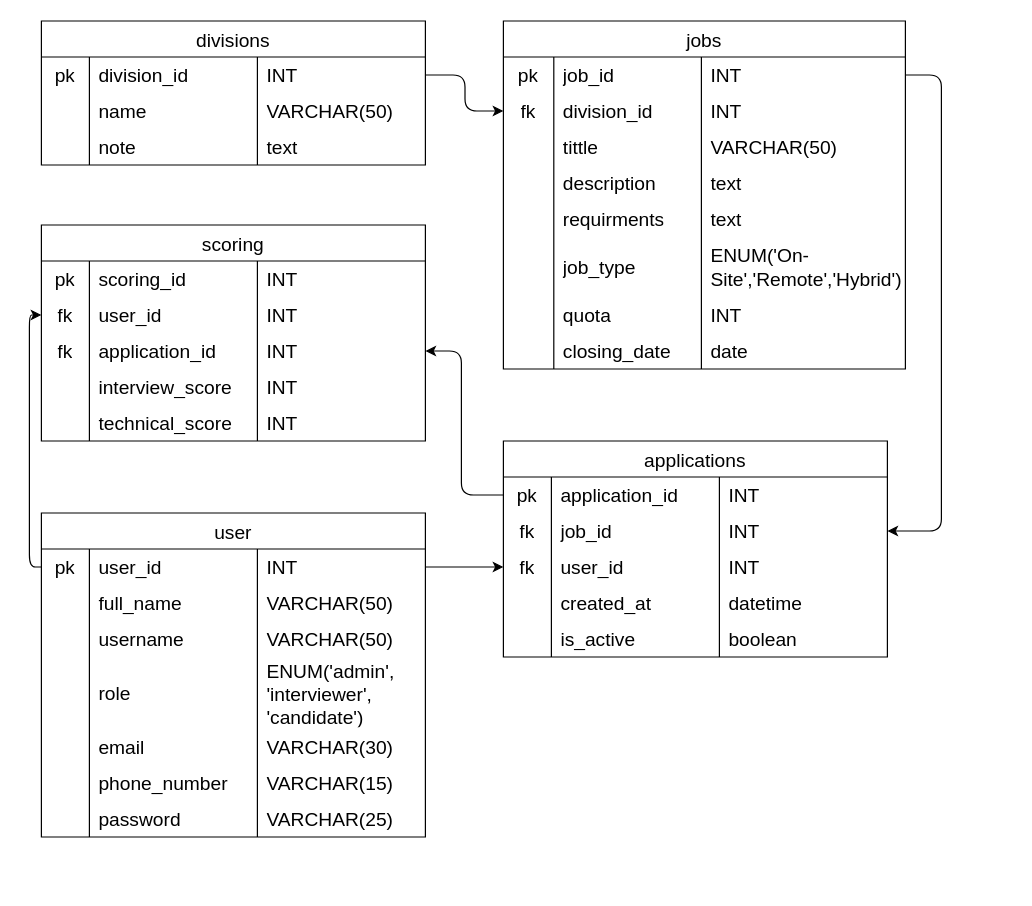
Earlier version of the draw.io diagram ERD.drawio (xcyltra/Group-3_Final-Exam_AP). Source tidied: cells renumbered, new cells numbered last; positions are measured from the earlier drawing's top-left corner, leaving out a move shared by most shapes. Both pictures are drawn from the tidied source at 120%, with x=0, y=0 at pixel (41, 20).
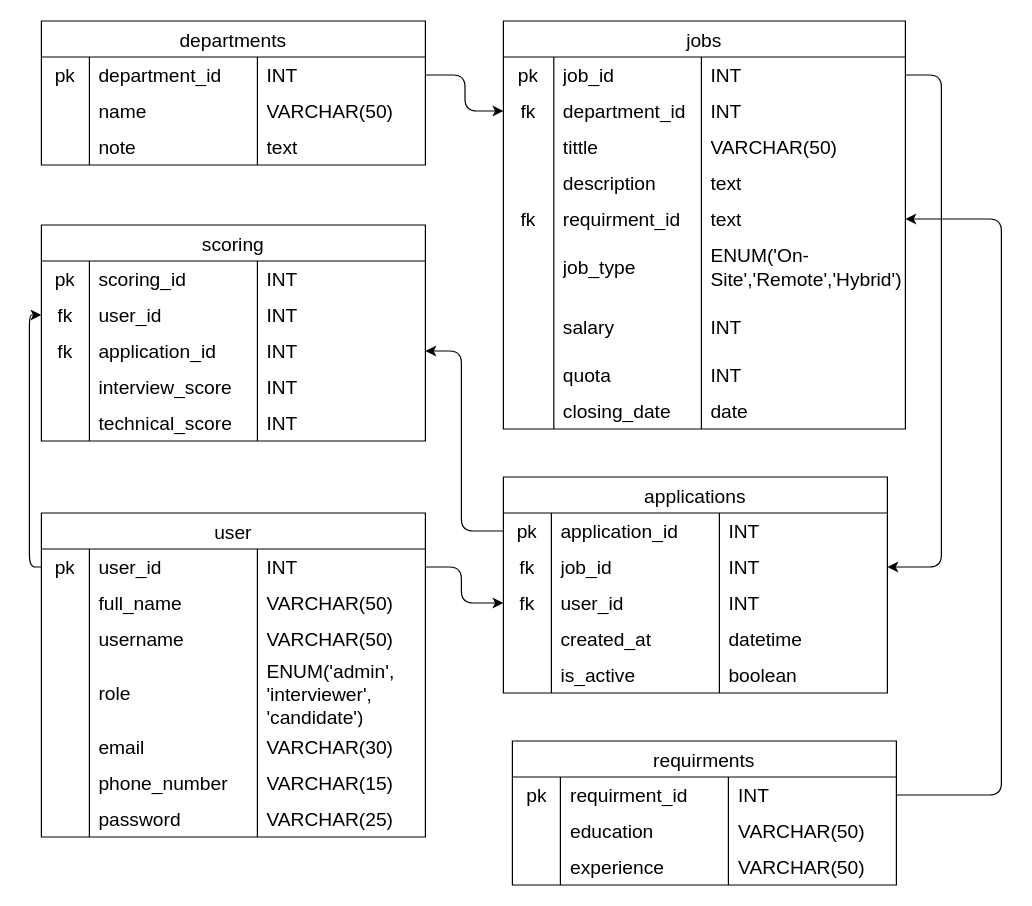
After the change.

Unchanged cells that the change refers to:
```xml
<mxCell id="3" style="shape=tableRow;horizontal=0;startSize=0;swimlaneHead=0;swimlaneBody=0;top=0;left=0;bottom=0;right=0;fillColor=none;points=[[0,0.5],[1,0.5]];portConstraint=eastwest;strokeColor=inherit;fontSize=16;" parent="2" vertex="1">
  <mxGeometry y="30" width="320" height="30" as="geometry" />
</mxCell>
<mxCell id="20" style="shape=tableRow;horizontal=0;startSize=0;swimlaneHead=0;swimlaneBody=0;top=0;left=0;bottom=0;right=0;fillColor=none;points=[[0,0.5],[1,0.5]];portConstraint=eastwest;strokeColor=inherit;fontSize=16;" parent="15" vertex="1">
  <mxGeometry y="60" width="335" height="30" as="geometry" />
</mxCell>
<mxCell id="32" style="shape=tableRow;horizontal=0;startSize=0;swimlaneHead=0;swimlaneBody=0;top=0;left=0;bottom=0;right=0;fillColor=none;points=[[0,0.5],[1,0.5]];portConstraint=eastwest;strokeColor=inherit;fontSize=16;" parent="15" vertex="1">
  <mxGeometry y="150" width="335" height="30" as="geometry" />
</mxCell>
```

What changed in the source:
```diff
@@
-    <mxCell id="2" value="divisions" style="shape=table;startSize=30;childLayout=tableLayout;rowLines=0;fontStyle=0;strokeColor=default;fontSize=16;" parent="1" vertex="1">
+    <mxCell id="2" value="departments" style="shape=table;startSize=30;childLayout=tableLayout;rowLines=0;fontStyle=0;strokeColor=default;fontSize=16;" parent="1" vertex="1">
       <mxGeometry width="320" height="120" as="geometry" />
     </mxCell>
@@
-    <mxCell id="5" value="division_id" style="shape=partialRectangle;html=1;whiteSpace=wrap;fillColor=none;top=0;left=0;bottom=0;right=0;align=left;spacingLeft=6;overflow=hidden;strokeColor=inherit;fontSize=16;" parent="3" vertex="1">
+    <mxCell id="5" value="department_id" style="shape=partialRectangle;html=1;whiteSpace=wrap;fillColor=none;top=0;left=0;bottom=0;right=0;align=left;spacingLeft=6;overflow=hidden;strokeColor=inherit;fontSize=16;" parent="3" vertex="1">
       <mxGeometry x="40" width="140" height="30" as="geometry" />
     </mxCell>
@@
     <mxCell id="15" value="jobs" style="shape=table;startSize=30;childLayout=tableLayout;rowLines=0;fontStyle=0;strokeColor=default;fontSize=16;" parent="1" vertex="1">
-      <mxGeometry x="385" width="335" height="290" as="geometry" />
+      <mxGeometry x="385" width="335" height="340" as="geometry" />
     </mxCell>
@@
-    <mxCell id="22" value="division_id" style="shape=partialRectangle;html=1;whiteSpace=wrap;fillColor=none;top=0;left=0;bottom=0;right=0;align=left;spacingLeft=6;overflow=hidden;strokeColor=inherit;fontSize=16;" parent="20" vertex="1">
+    <mxCell id="22" value="department_id" style="shape=partialRectangle;html=1;whiteSpace=wrap;fillColor=none;top=0;left=0;bottom=0;right=0;align=left;spacingLeft=6;overflow=hidden;strokeColor=inherit;fontSize=16;" parent="20" vertex="1">
       <mxGeometry x="42" width="123" height="30" as="geometry" />
     </mxCell>
@@
-    <mxCell id="33" style="shape=partialRectangle;html=1;whiteSpace=wrap;fillColor=none;top=0;left=0;bottom=0;right=0;overflow=hidden;strokeColor=inherit;fontSize=16;" parent="32" vertex="1">
+    <mxCell id="33" value="fk" style="shape=partialRectangle;html=1;whiteSpace=wrap;fillColor=none;top=0;left=0;bottom=0;right=0;overflow=hidden;strokeColor=inherit;fontSize=16;" parent="32" vertex="1">
       <mxGeometry width="42" height="30" as="geometry" />
     </mxCell>
-    <mxCell id="34" value="requirments" style="shape=partialRectangle;html=1;whiteSpace=wrap;fillColor=none;top=0;left=0;bottom=0;right=0;align=left;spacingLeft=6;overflow=hidden;strokeColor=inherit;fontSize=16;" parent="32" vertex="1">
+    <mxCell id="34" value="requirment_id" style="shape=partialRectangle;html=1;whiteSpace=wrap;fillColor=none;top=0;left=0;bottom=0;right=0;align=left;spacingLeft=6;overflow=hidden;strokeColor=inherit;fontSize=16;" parent="32" vertex="1">
       <mxGeometry x="42" width="123" height="30" as="geometry" />
     </mxCell>
@@
+    <mxCell id="124" style="shape=tableRow;horizontal=0;startSize=0;swimlaneHead=0;swimlaneBody=0;top=0;left=0;bottom=0;right=0;fillColor=none;strokeColor=inherit;fontSize=16;" parent="15" vertex="1">
+      <mxGeometry y="230" width="335" height="50" as="geometry" />
+    </mxCell>
+    <mxCell id="125" style="shape=partialRectangle;html=1;whiteSpace=wrap;fillColor=none;top=0;left=0;bottom=0;right=0;overflow=hidden;strokeColor=inherit;fontSize=16;" parent="124" vertex="1">
+      <mxGeometry width="42" height="50" as="geometry" />
+    </mxCell>
+    <mxCell id="126" value="salary" style="shape=partialRectangle;html=1;whiteSpace=wrap;fillColor=none;top=0;left=0;bottom=0;right=0;align=left;spacingLeft=6;overflow=hidden;strokeColor=inherit;fontSize=16;" parent="124" vertex="1">
+      <mxGeometry x="42" width="123" height="50" as="geometry" />
+    </mxCell>
+    <mxCell id="127" value="INT" style="shape=partialRectangle;html=1;whiteSpace=wrap;fillColor=none;top=0;left=0;bottom=0;right=0;align=left;spacingLeft=6;overflow=hidden;strokeColor=inherit;fontSize=16;" parent="124" vertex="1">
+      <mxGeometry x="165" width="170" height="50" as="geometry" />
+    </mxCell>
     <mxCell id="40" style="shape=tableRow;horizontal=0;startSize=0;swimlaneHead=0;swimlaneBody=0;top=0;left=0;bottom=0;right=0;fillColor=none;strokeColor=inherit;fontSize=16;" parent="15" vertex="1">
-      <mxGeometry y="230" width="335" height="30" as="geometry" />
+      <mxGeometry y="280" width="335" height="30" as="geometry" />
     </mxCell>
@@
     <mxCell id="44" style="shape=tableRow;horizontal=0;startSize=0;swimlaneHead=0;swimlaneBody=0;top=0;left=0;bottom=0;right=0;fillColor=none;strokeColor=inherit;fontSize=16;" parent="15" vertex="1">
-      <mxGeometry y="260" width="335" height="30" as="geometry" />
+      <mxGeometry y="310" width="335" height="30" as="geometry" />
     </mxCell>
@@
     <mxCell id="77" value="applications" style="shape=table;startSize=30;childLayout=tableLayout;rowLines=0;fontStyle=0;strokeColor=default;fontSize=16;" parent="1" vertex="1">
-      <mxGeometry x="385" y="350" width="320" height="180" as="geometry" />
+      <mxGeometry x="385" y="380" width="320" height="180" as="geometry" />
     </mxCell>
@@
+    <mxCell id="128" value="requirments" style="shape=table;startSize=30;childLayout=tableLayout;rowLines=0;fontStyle=0;strokeColor=default;fontSize=16;" parent="1" vertex="1">
+      <mxGeometry x="392.5" y="600" width="320" height="120" as="geometry" />
+    </mxCell>
+    <mxCell id="129" style="shape=tableRow;horizontal=0;startSize=0;swimlaneHead=0;swimlaneBody=0;top=0;left=0;bottom=0;right=0;fillColor=none;points=[[0,0.5],[1,0.5]];portConstraint=eastwest;strokeColor=inherit;fontSize=16;" parent="128" vertex="1">
+      <mxGeometry y="30" width="320" height="30" as="geometry" />
+    </mxCell>
+    <mxCell id="130" value="pk" style="shape=partialRectangle;html=1;whiteSpace=wrap;fillColor=none;top=0;left=0;bottom=0;right=0;overflow=hidden;strokeColor=inherit;fontSize=16;" parent="129" vertex="1">
+      <mxGeometry width="40" height="30" as="geometry" />
+    </mxCell>
+    <mxCell id="131" value="&lt;span style=&quot;color: rgb(0, 0, 0);&quot;&gt;requirment_id&lt;/span&gt;" style="shape=partialRectangle;html=1;whiteSpace=wrap;fillColor=none;top=0;left=0;bottom=0;right=0;align=left;spacingLeft=6;overflow=hidden;strokeColor=inherit;fontSize=16;" parent="129" vertex="1">
+      <mxGeometry x="40" width="140" height="30" as="geometry" />
+    </mxCell>
+    <mxCell id="132" value="INT" style="shape=partialRectangle;html=1;whiteSpace=wrap;fillColor=none;top=0;left=0;bottom=0;right=0;align=left;spacingLeft=6;overflow=hidden;strokeColor=inherit;fontSize=16;" parent="129" vertex="1">
+      <mxGeometry x="180" width="140" height="30" as="geometry" />
+    </mxCell>
+    <mxCell id="133" style="shape=tableRow;horizontal=0;startSize=0;swimlaneHead=0;swimlaneBody=0;top=0;left=0;bottom=0;right=0;fillColor=none;strokeColor=inherit;fontSize=16;" parent="128" vertex="1">
+      <mxGeometry y="60" width="320" height="30" as="geometry" />
+    </mxCell>
+    <mxCell id="134" style="shape=partialRectangle;html=1;whiteSpace=wrap;fillColor=none;top=0;left=0;bottom=0;right=0;overflow=hidden;strokeColor=inherit;fontSize=16;" parent="133" vertex="1">
+      <mxGeometry width="40" height="30" as="geometry" />
+    </mxCell>
+    <mxCell id="135" value="education" style="shape=partialRectangle;html=1;whiteSpace=wrap;fillColor=none;top=0;left=0;bottom=0;right=0;align=left;spacingLeft=6;overflow=hidden;strokeColor=inherit;fontSize=16;" parent="133" vertex="1">
+      <mxGeometry x="40" width="140" height="30" as="geometry" />
+    </mxCell>
+    <mxCell id="136" value="VARCHAR(50)" style="shape=partialRectangle;html=1;whiteSpace=wrap;fillColor=none;top=0;left=0;bottom=0;right=0;align=left;spacingLeft=6;overflow=hidden;strokeColor=inherit;fontSize=16;" parent="133" vertex="1">
+      <mxGeometry x="180" width="140" height="30" as="geometry" />
+    </mxCell>
+    <mxCell id="137" style="shape=tableRow;horizontal=0;startSize=0;swimlaneHead=0;swimlaneBody=0;top=0;left=0;bottom=0;right=0;fillColor=none;strokeColor=inherit;fontSize=16;" parent="128" vertex="1">
+      <mxGeometry y="90" width="320" height="30" as="geometry" />
+    </mxCell>
+    <mxCell id="138" style="shape=partialRectangle;html=1;whiteSpace=wrap;fillColor=none;top=0;left=0;bottom=0;right=0;overflow=hidden;strokeColor=inherit;fontSize=16;" parent="137" vertex="1">
+      <mxGeometry width="40" height="30" as="geometry" />
+    </mxCell>
+    <mxCell id="139" value="experience" style="shape=partialRectangle;html=1;whiteSpace=wrap;fillColor=none;top=0;left=0;bottom=0;right=0;align=left;spacingLeft=6;overflow=hidden;strokeColor=inherit;fontSize=16;" parent="137" vertex="1">
+      <mxGeometry x="40" width="140" height="30" as="geometry" />
+    </mxCell>
+    <mxCell id="140" value="&lt;span style=&quot;color: rgb(0, 0, 0);&quot;&gt;VARCHAR(50)&lt;/span&gt;" style="shape=partialRectangle;html=1;whiteSpace=wrap;fillColor=none;top=0;left=0;bottom=0;right=0;align=left;spacingLeft=6;overflow=hidden;strokeColor=inherit;fontSize=16;" parent="137" vertex="1">
+      <mxGeometry x="180" width="140" height="30" as="geometry" />
+    </mxCell>
+    <mxCell id="141" style="edgeStyle=elbowEdgeStyle;html=1;exitX=1;exitY=0.5;exitDx=0;exitDy=0;entryX=1;entryY=0.5;entryDx=0;entryDy=0;" parent="1" edge="1" source="129" target="32">
+      <mxGeometry relative="1" as="geometry">
+        <Array as="points">
+          <mxPoint x="800" y="410" />
+        </Array>
+      </mxGeometry>
+    </mxCell>
```
